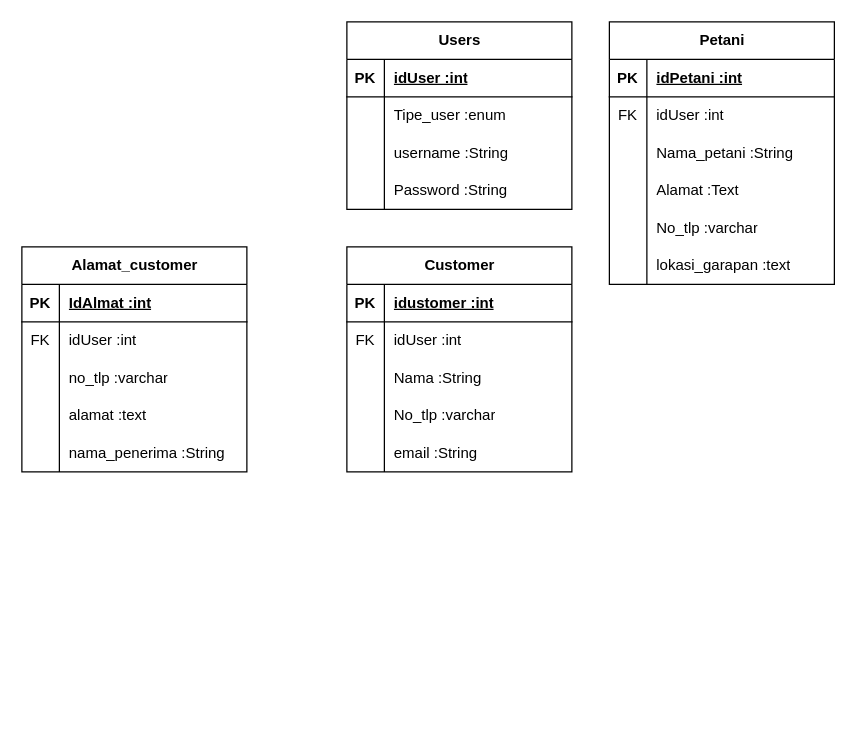
Earlier version of the draw.io diagram ERD.drawio (zzarr/Project3-design-diagram). Source tidied: cells renumbered, new cells numbered last; positions are measured from the earlier drawing's top-left corner, leaving out a move shared by most shapes. Both pictures are drawn from the tidied source at 125%, with x=0, y=0 at pixel (21, 21).
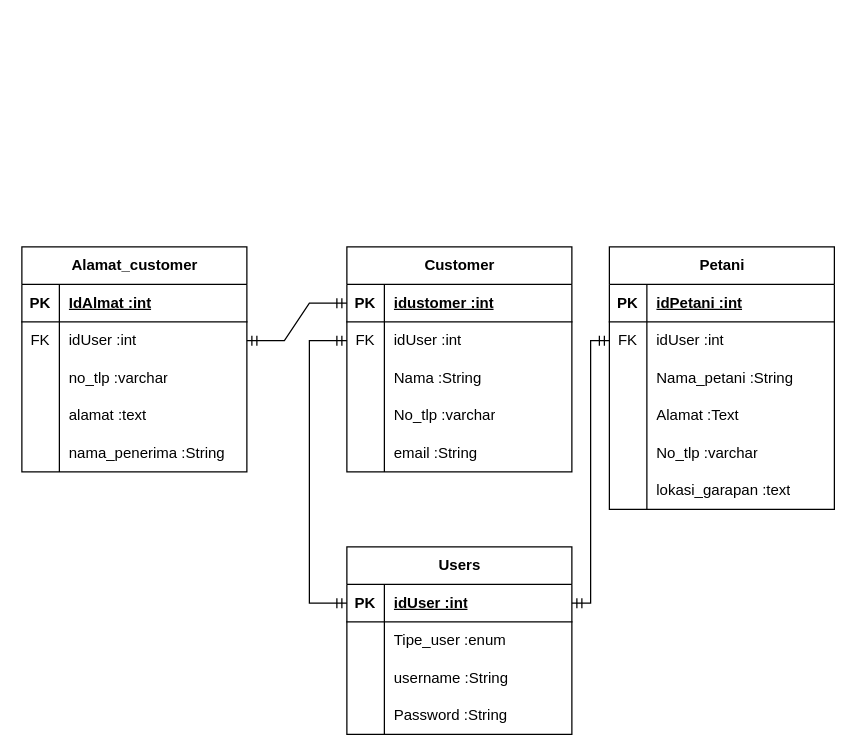
Above is the later version.

The change refers to these unchanged cells:
```xml
<mxCell id="3" style="shape=tableRow;horizontal=0;startSize=0;swimlaneHead=0;swimlaneBody=0;fillColor=none;points=[[0,0.5],[1,0.5]];portConstraint=eastwest;top=0;left=0;right=0;bottom=1;" parent="2" vertex="1">
  <mxGeometry y="30" width="180" height="30" as="geometry" />
</mxCell>
<mxCell id="19" style="shape=tableRow;horizontal=0;startSize=0;swimlaneHead=0;swimlaneBody=0;fillColor=none;points=[[0,0.5],[1,0.5]];portConstraint=eastwest;top=0;left=0;right=0;bottom=0;" parent="15" vertex="1">
  <mxGeometry y="60" width="180" height="30" as="geometry" />
</mxCell>
<mxCell id="35" style="shape=tableRow;horizontal=0;startSize=0;swimlaneHead=0;swimlaneBody=0;fillColor=none;points=[[0,0.5],[1,0.5]];portConstraint=eastwest;top=0;left=0;right=0;bottom=1;" parent="34" vertex="1">
  <mxGeometry y="30" width="180" height="30" as="geometry" />
</mxCell>
<mxCell id="38" style="shape=tableRow;horizontal=0;startSize=0;swimlaneHead=0;swimlaneBody=0;fillColor=none;points=[[0,0.5],[1,0.5]];portConstraint=eastwest;top=0;left=0;right=0;bottom=0;" parent="34" vertex="1">
  <mxGeometry y="60" width="180" height="30" as="geometry" />
</mxCell>
<mxCell id="54" style="shape=tableRow;horizontal=0;startSize=0;swimlaneHead=0;swimlaneBody=0;fillColor=none;points=[[0,0.5],[1,0.5]];portConstraint=eastwest;top=0;left=0;right=0;bottom=0;" parent="50" vertex="1">
  <mxGeometry y="60" width="180" height="30" as="geometry" />
</mxCell>
```

Diff of the diagram source:
```diff
@@
     <mxCell id="2" value="Users" style="shape=table;startSize=30;childLayout=tableLayout;rowLines=0;fontStyle=1;align=center;html=1;" parent="1" vertex="1">
-      <mxGeometry x="260" width="180" height="150" as="geometry" />
+      <mxGeometry x="260" y="420" width="180" height="150" as="geometry" />
     </mxCell>
@@
     <mxCell id="15" value="Petani" style="shape=table;startSize=30;childLayout=tableLayout;rowLines=0;fontStyle=1;align=center;html=1;" parent="1" vertex="1">
-      <mxGeometry x="470" width="180" height="210" as="geometry" />
+      <mxGeometry x="470" y="180" width="180" height="210" as="geometry" />
     </mxCell>
@@
+    <mxCell id="66" style="edgeStyle=entityRelationEdgeStyle;fontSize=12;html=1;endArrow=ERmandOne;startArrow=ERmandOne;rounded=0;exitX=1;exitY=0.5;exitDx=0;exitDy=0;entryX=0;entryY=0.5;entryDx=0;entryDy=0;" parent="1" edge="1" source="54" target="35">
+      <mxGeometry relative="1" as="geometry" />
+    </mxCell>
+    <mxCell id="67" style="edgeStyle=elbowEdgeStyle;fontSize=12;html=1;endArrow=ERmandOne;startArrow=ERmandOne;rounded=0;exitX=0;exitY=0.5;exitDx=0;exitDy=0;entryX=0;entryY=0.5;entryDx=0;entryDy=0;" parent="1" edge="1" source="38" target="3">
+      <mxGeometry relative="1" as="geometry">
+        <Array as="points">
+          <mxPoint x="230" y="160" />
+        </Array>
+      </mxGeometry>
+    </mxCell>
+    <mxCell id="68" style="edgeStyle=elbowEdgeStyle;fontSize=12;html=1;endArrow=ERmandOne;startArrow=ERmandOne;rounded=0;entryX=0;entryY=0.5;entryDx=0;entryDy=0;exitX=1;exitY=0.5;exitDx=0;exitDy=0;" parent="1" edge="1" source="3" target="19">
+      <mxGeometry relative="1" as="geometry" />
+    </mxCell>
```
